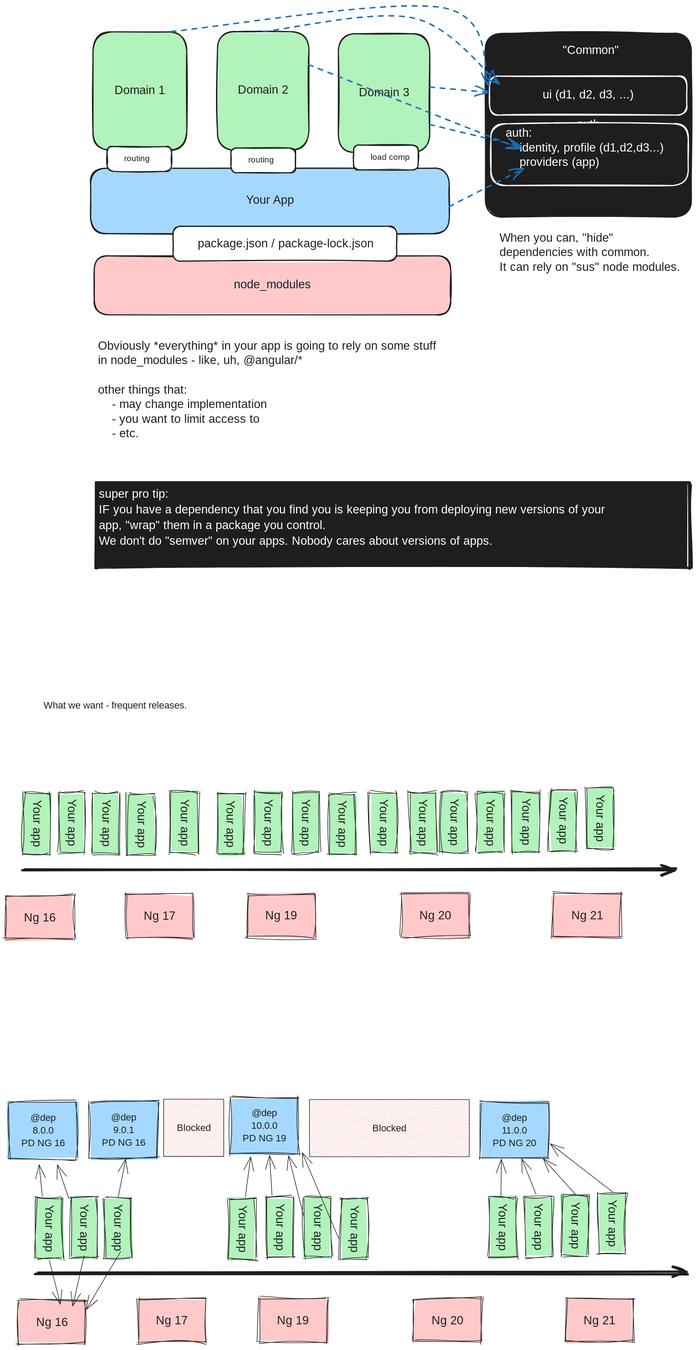
The Excalidraw diagram src/frontend/docs/day1/deps.excalidraw.svg in JeffryGonzalez/angular-state-management-dec-2025, before a commit. Source tidied: one line per element, renumbered; positions are measured from the earlier drawing's top-left corner, leaving out a move shared by most shapes.
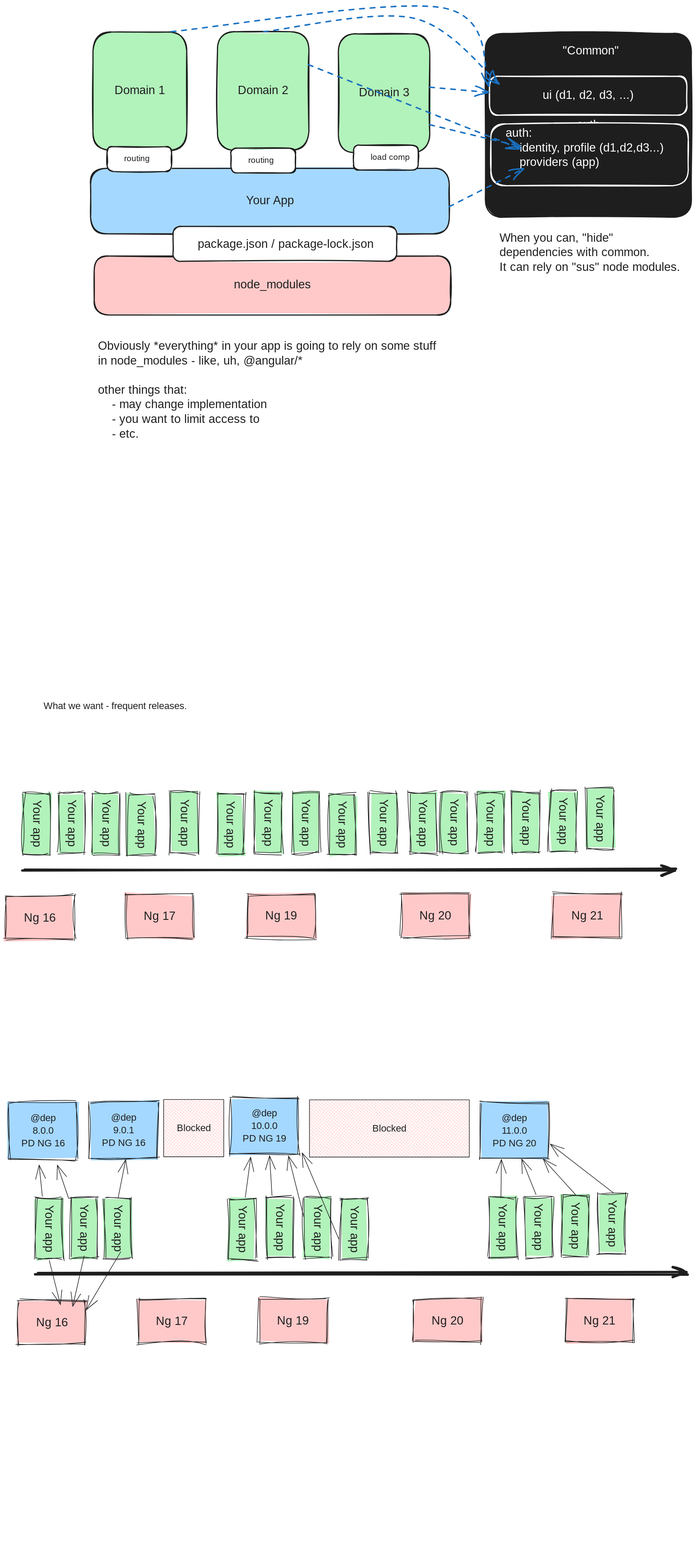
The same file after the commit.

Change to the diagram source:
```diff
@@ -31,8 +31,6 @@
 {"id": 30, "type": "arrow", "strokeColor": "#1971c2", "backgroundColor": "#1e1e1e", "fillStyle": "solid", "strokeWidth": 2, "strokeStyle": "dashed", "roughness": 1, "endArrowhead": "arrow", "round": true, "from": 8, "to": 24, "x": 517, "y": 96, "width": 362, "height": 144, "points": [[0, 0], [362, 144]]}
 {"id": 31, "type": "arrow", "strokeColor": "#1971c2", "backgroundColor": "#1e1e1e", "fillStyle": "solid", "strokeWidth": 2, "strokeStyle": "dashed", "roughness": 1, "endArrowhead": "arrow", "round": true, "from": 2, "to": 24, "x": 756, "y": 339, "width": 129, "height": 66, "points": [[0, 0], [129, -66]]}
 {"id": 32, "type": "text", "text": "Obviously *everything* in your app is going to rely on some stuff \nin node_modules - like, uh, @angular/*\n\nother things that:\n    - may change implementation\n    - you want to limit access to\n    - etc. ", "strokeColor": "#1e1e1e", "backgroundColor": "#1e1e1e", "fillStyle": "solid", "strokeWidth": 2, "strokeStyle": "dashed", "roughness": 1, "fontSize": 20, "fontFamily": 5, "x": 157, "y": 565, "width": 640, "height": 175}
-{"id": 33, "type": "rectangle", "strokeColor": "#1e1e1e", "backgroundColor": "#1e1e1e", "fillStyle": "solid", "strokeWidth": 4, "roughness": 2, "x": 154, "y": 810, "width": 1014, "height": 145}
-{"id": 34, "type": "text", "text": "super pro tip:\nIF you have a dependency that you find you is keeping you from deploying new versions of your\napp, \"wrap\" them in a package you control. \nWe don't do \"semver\" on your apps. Nobody cares about versions of apps. \n", "strokeColor": "#ffffff", "backgroundColor": "#1e1e1e", "fillStyle": "solid", "strokeWidth": 2, "strokeStyle": "dashed", "roughness": 1, "fontSize": 20, "fontFamily": 6, "inside": 33, "x": 159, "y": 815, "width": 859, "height": 135}
 {"id": 35, "type": "arrow", "strokeColor": "#1e1e1e", "backgroundColor": "#1e1e1e", "fillStyle": "solid", "strokeWidth": 4, "roughness": 2, "endArrowhead": "arrow", "round": true, "x": 51, "y": 2161, "width": 1114, "height": 0, "points": [[0, 0], [1114, 0]]}
 {"id": 36, "type": "rectangle", "strokeColor": "#1e1e1e", "backgroundColor": "#ffc9c9", "fillStyle": "solid", "strokeWidth": 1, "roughness": 2, "x": 433, "y": 2203, "width": 116, "height": 75}
 {"id": 37, "type": "text", "text": "Ng 19", "strokeColor": "#1e1e1e", "backgroundColor": "#ffc9c9", "fillStyle": "solid", "strokeWidth": 1, "roughness": 2, "fontSize": 20, "fontFamily": 6, "textAlign": "center", "verticalAlign": "middle", "inside": 36, "x": 462, "y": 2227, "width": 56, "height": 27}
```
